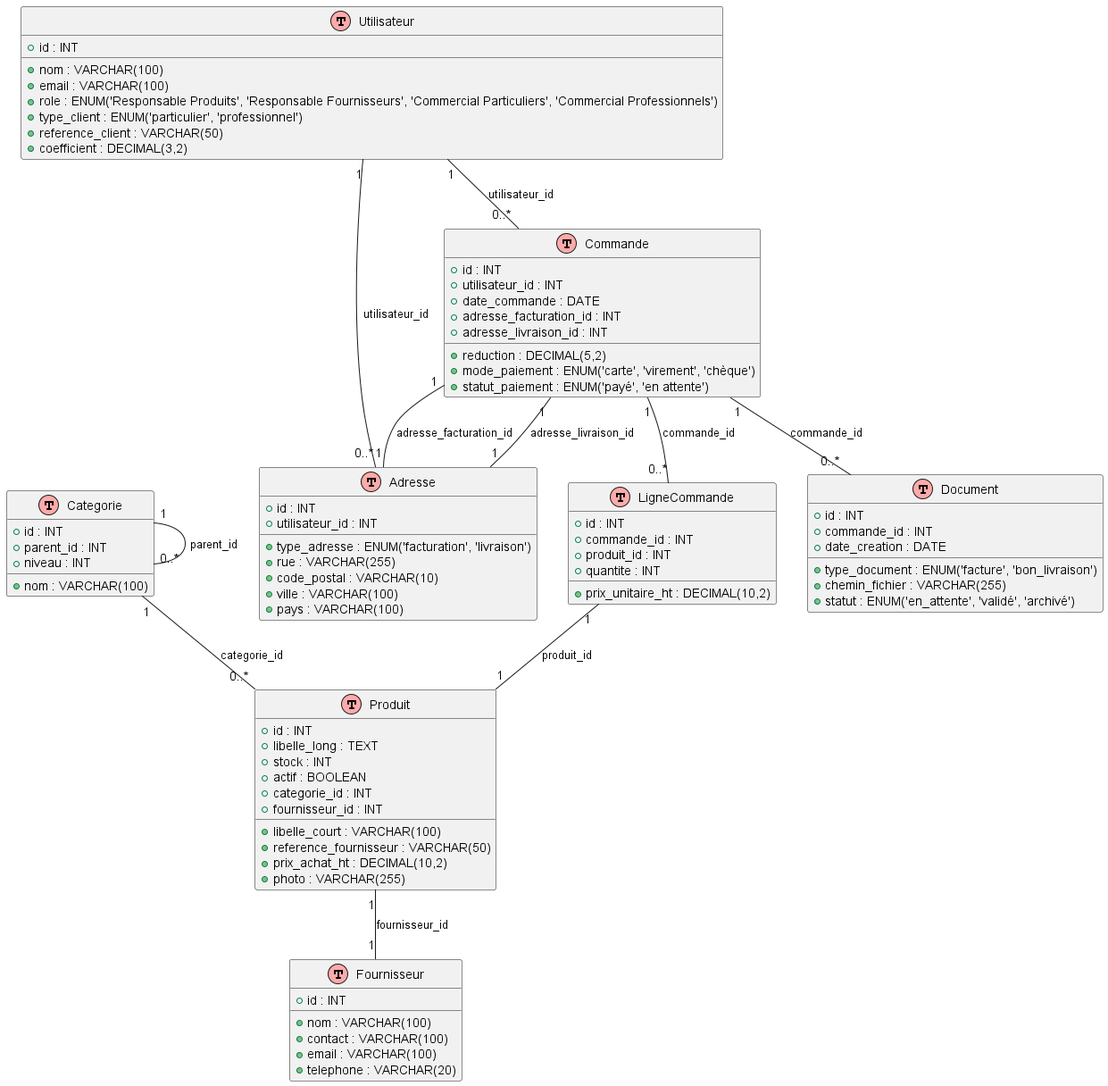
Earlier version of the PlantUML export docs/MCD_Village_Green.png (clemence95/new_villagegreen).
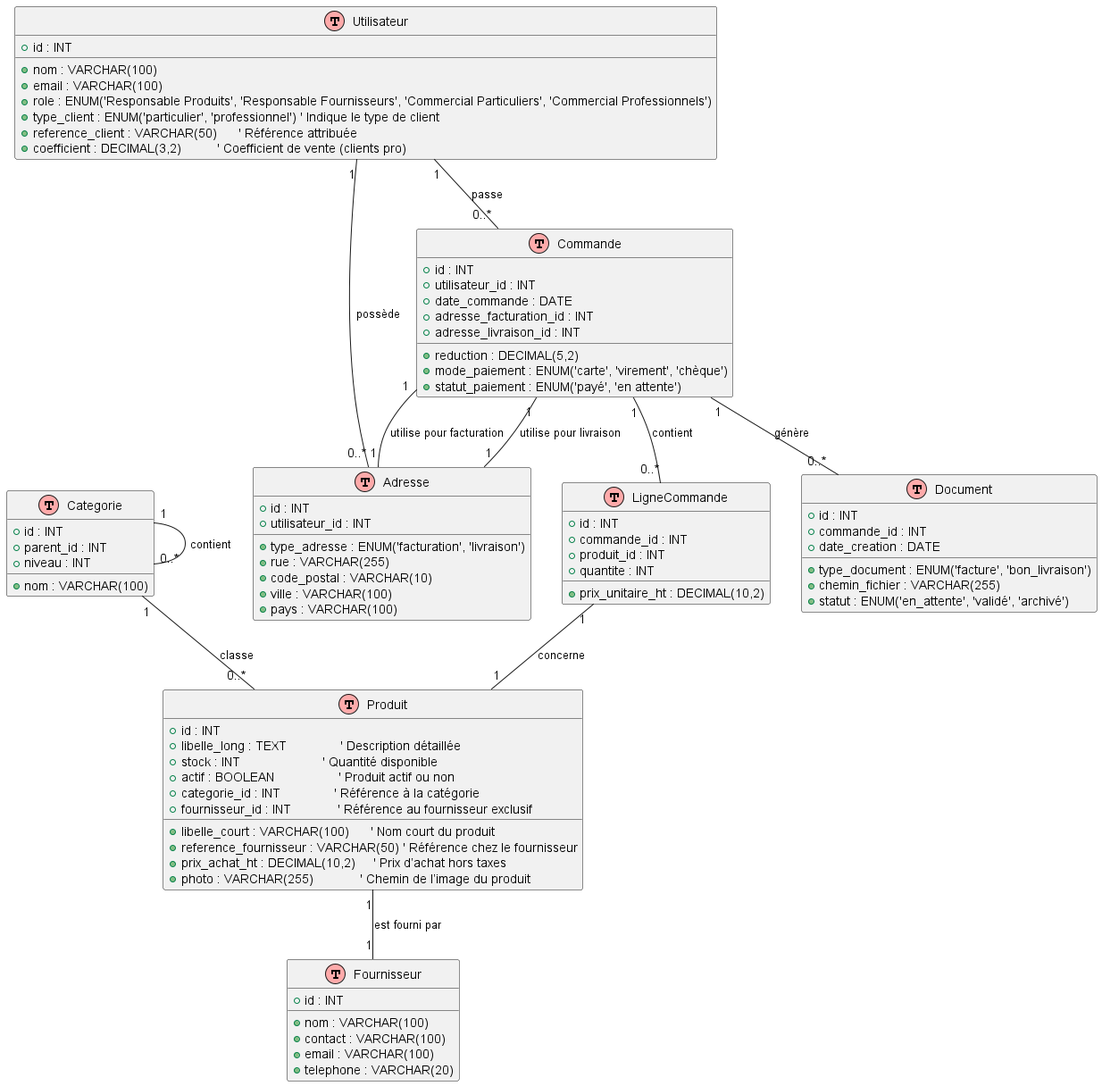
Later version of the same file.

The edit, as a diff of the source:
```diff
@@ -1,7 +1,7 @@
 @startuml MCD_Village_Green
 
+!define table(x) class x << (T,#FFAAAA) >>
 
-!define table(x) class x << (T,#FFAAAA) >>
 
 table(Categorie) {
     +id : INT
@@ -12,15 +12,15 @@
 
 table(Produit) {
     +id : INT
-    +libelle_court : VARCHAR(100)
-    +libelle_long : TEXT
-    +reference_fournisseur : VARCHAR(50)
-    +prix_achat_ht : DECIMAL(10,2)
-    +stock : INT
-    +photo : VARCHAR(255)
-    +actif : BOOLEAN
-    +categorie_id : INT
-    +fournisseur_id : INT
+    +libelle_court : VARCHAR(100)      ' Nom court du produit
+    +libelle_long : TEXT               ' Description détaillée
+    +reference_fournisseur : VARCHAR(50) ' Référence chez le fournisseur
+    +prix_achat_ht : DECIMAL(10,2)     ' Prix d’achat hors taxes
+    +stock : INT                       ' Quantité disponible
+    +photo : VARCHAR(255)             ' Chemin de l’image du produit
+    +actif : BOOLEAN                  ' Produit actif ou non
+    +categorie_id : INT               ' Référence à la catégorie
+    +fournisseur_id : INT             ' Référence au fournisseur exclusif
 }
 
 table(Fournisseur) {
@@ -36,9 +36,9 @@
     +nom : VARCHAR(100)
     +email : VARCHAR(100)
     +role : ENUM('Responsable Produits', 'Responsable Fournisseurs', 'Commercial Particuliers', 'Commercial Professionnels')
-    +type_client : ENUM('particulier', 'professionnel')
-    +reference_client : VARCHAR(50)
-    +coefficient : DECIMAL(3,2)
+    +type_client : ENUM('particulier', 'professionnel') ' Indique le type de client
+    +reference_client : VARCHAR(50)      ' Référence attribuée
+    +coefficient : DECIMAL(3,2)          ' Coefficient de vente (clients pro)
 }
 
 table(Adresse) {
@@ -79,15 +79,25 @@
     +statut : ENUM('en_attente', 'validé', 'archivé')
 }
 
-Categorie "1" -- "0..*" Categorie : parent_id
-Categorie "1" -- "0..*" Produit : categorie_id
-Produit "1" -- "1" Fournisseur : fournisseur_id
-Utilisateur "1" -- "0..*" Adresse : utilisateur_id
-Utilisateur "1" -- "0..*" Commande : utilisateur_id
-Commande "1" -- "0..*" LigneCommande : commande_id
-LigneCommande "1" -- "1" Produit : produit_id
-Commande "1" -- "1" Adresse : adresse_facturation_id
-Commande "1" -- "1" Adresse : adresse_livraison_id
-Commande "1" -- "0..*" Document : commande_id
+
+Categorie "1" -- "0..*" Categorie : contient
+
+Categorie "1" -- "0..*" Produit : classe
+
+Produit "1" -- "1" Fournisseur : est fourni par
+
+Utilisateur "1" -- "0..*" Adresse : possède
+
+Utilisateur "1" -- "0..*" Commande : passe
+
+Commande "1" -- "0..*" LigneCommande : contient
+
+LigneCommande "1" -- "1" Produit : concerne
+
+Commande "1" -- "1" Adresse : utilise pour facturation
+
+Commande "1" -- "1" Adresse : utilise pour livraison
+
+Commande "1" -- "0..*" Document : génère
 
 @enduml
```
